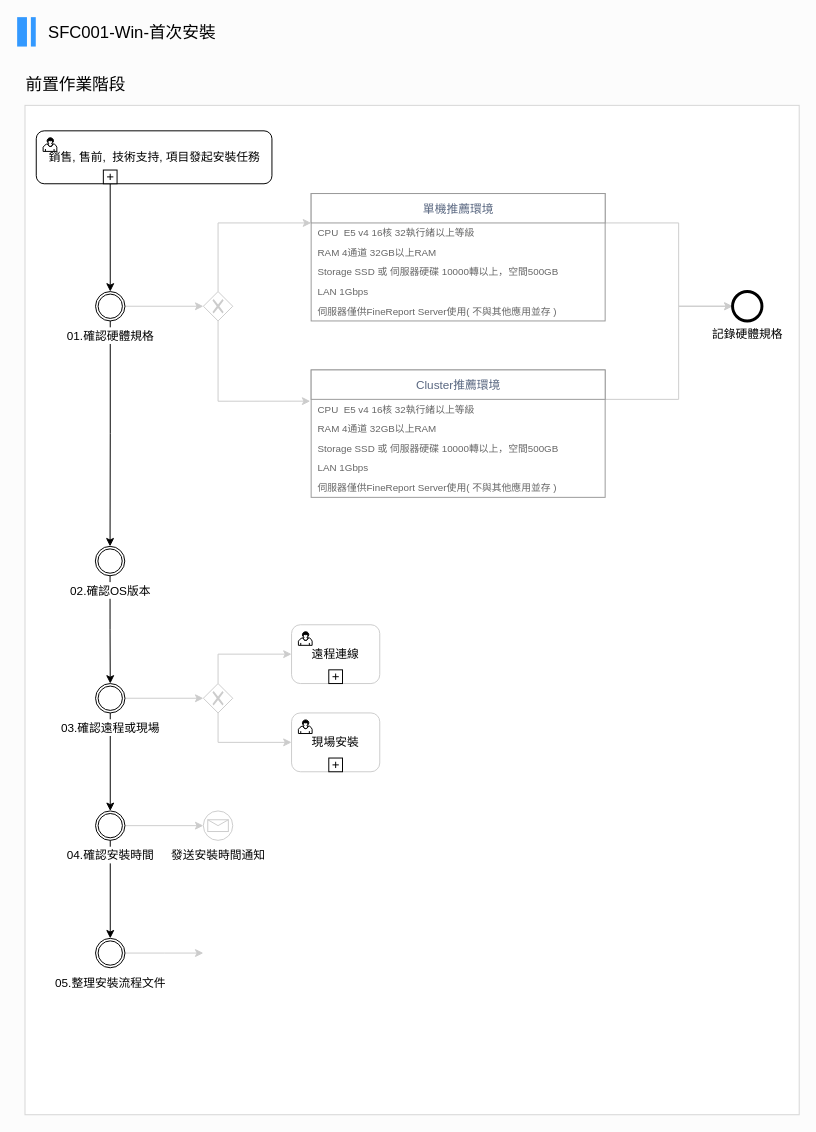
FR-TW/doc-flow keeps this draw.io diagram as page "第1頁" (1 of 2) of Untitled Diagram.drawio. Above is the earlier version. Source tidied: cells renumbered, new cells numbered last; positions are measured from the earlier drawing's top-left corner, leaving out a move shared by most shapes. Both pictures are drawn from the tidied source at 98%, with x=0, y=0 at pixel (17, 17).
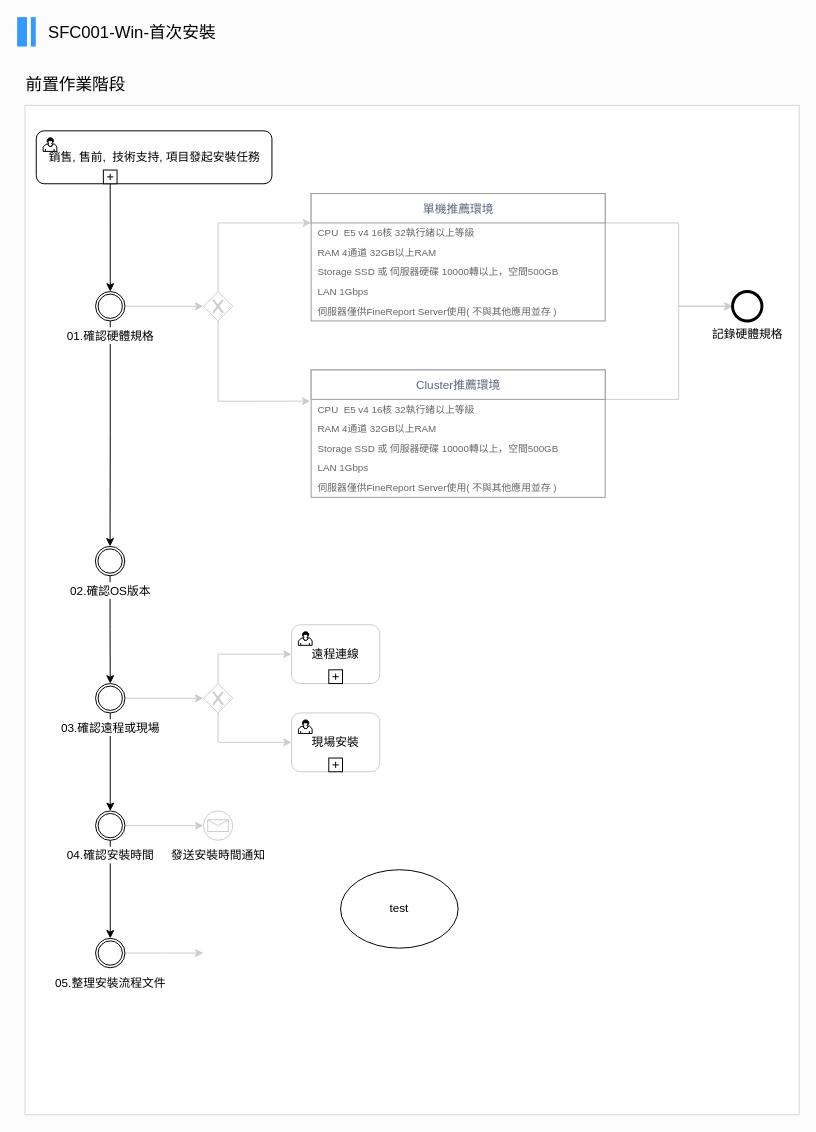
Above is the later version.

Diff of the diagram source:
```diff
@@
+    <mxCell id="55" value="test" style="ellipse;whiteSpace=wrap;html=1;" parent="1" vertex="1">
+      <mxGeometry x="330" y="870" width="120" height="80" as="geometry" />
+    </mxCell>
```
